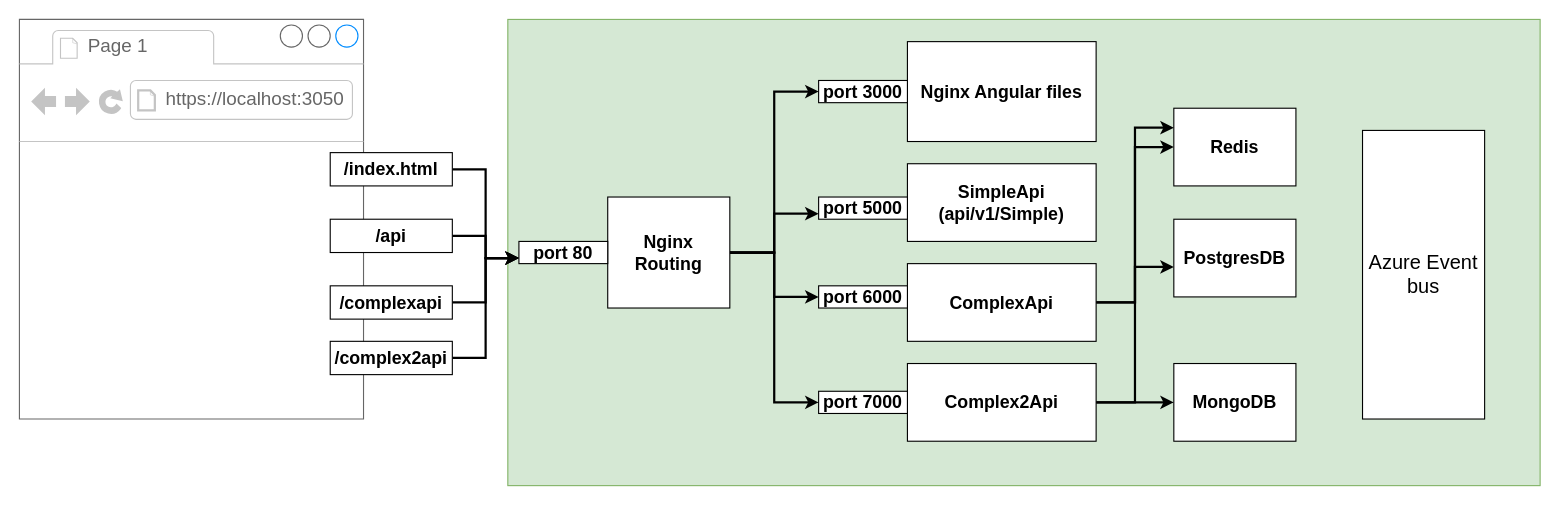
Earlier version of the draw.io diagram page "Application Architecture" (5 of 6) of docker/Dockerfile Flow.drawio (micheal08/mylearningdata). Source tidied: cells renumbered, new cells numbered last; positions are measured from the earlier drawing's top-left corner, leaving out a move shared by most shapes. Both pictures are drawn from the tidied source at 111%, with x=0, y=0 at pixel (19, 19).
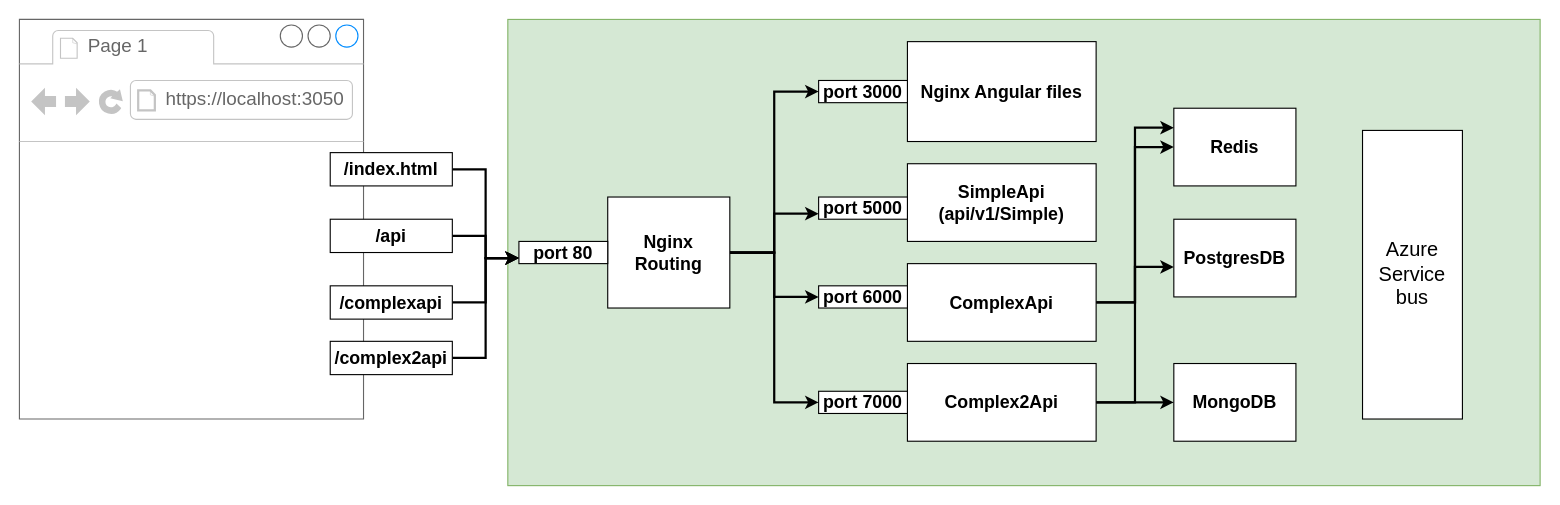
The same diagram, later.

Commit message:
Deployment updates options page added

Change to the diagram source:
```diff
@@
-    <mxCell id="35" value="Azure Event bus" style="rounded=0;whiteSpace=wrap;html=1;fontSize=18;" parent="1" vertex="1">
-      <mxGeometry x="1210" y="100" width="110" height="260" as="geometry" />
+    <mxCell id="35" value="Azure Service bus" style="rounded=0;whiteSpace=wrap;html=1;fontSize=18;" parent="1" vertex="1">
+      <mxGeometry x="1210" y="100" width="90" height="260" as="geometry" />
     </mxCell>
```
